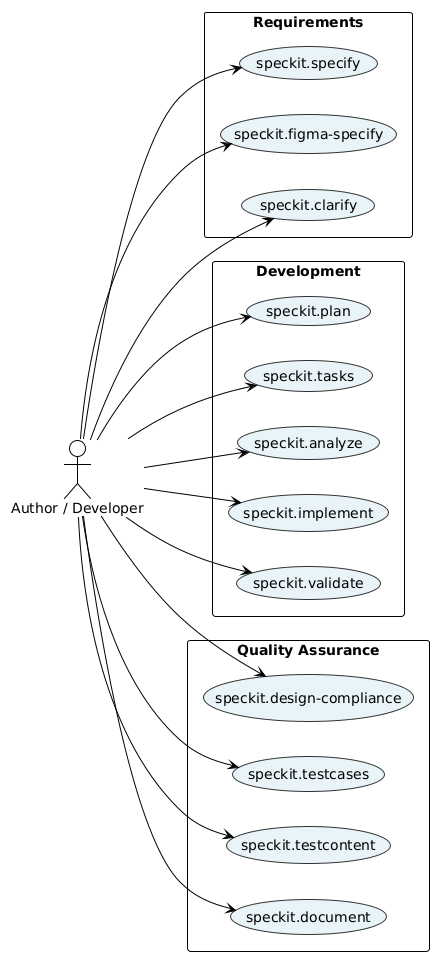
The PlantUML diagram .specify/docs/diagrams/speckit-usecase.png in mariorodriguez-creator/nitroblocks, before a commit.
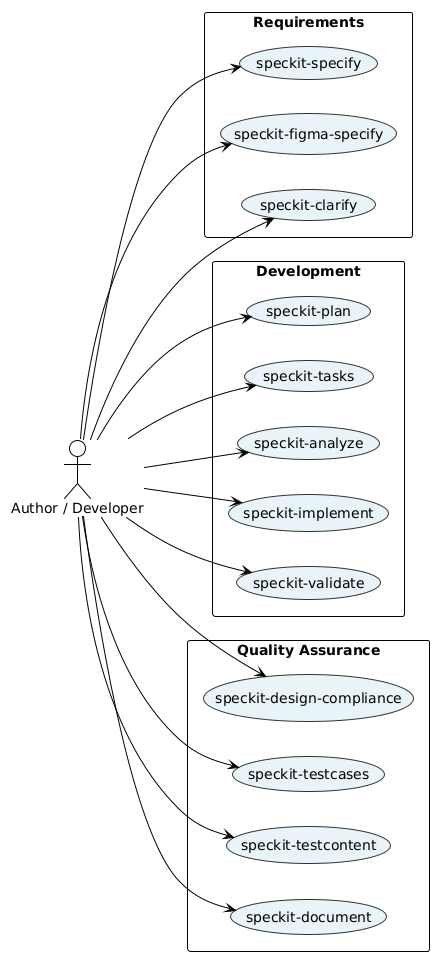
Later version of the same file.

The edit, as a diff of the source:
```diff
@@ -9,22 +9,22 @@
 actor "Author / Developer" as user
 
 rectangle "Requirements" {
-  usecase "speckit.specify" as UC1
-  usecase "speckit.figma-specify" as UC2
-  usecase "speckit.clarify" as UC3
+  usecase "speckit-specify" as UC1
+  usecase "speckit-figma-specify" as UC2
+  usecase "speckit-clarify" as UC3
 }
 rectangle "Development" {
-  usecase "speckit.plan" as UC4
-  usecase "speckit.tasks" as UC5
-  usecase "speckit.analyze" as UC6
-  usecase "speckit.implement" as UC7
-  usecase "speckit.validate" as UC8
+  usecase "speckit-plan" as UC4
+  usecase "speckit-tasks" as UC5
+  usecase "speckit-analyze" as UC6
+  usecase "speckit-implement" as UC7
+  usecase "speckit-validate" as UC8
 }
 rectangle "Quality Assurance" {
-  usecase "speckit.design-compliance" as UC9
-  usecase "speckit.testcases" as UC10
-  usecase "speckit.testcontent" as UC11
-  usecase "speckit.document" as UC12
+  usecase "speckit-design-compliance" as UC9
+  usecase "speckit-testcases" as UC10
+  usecase "speckit-testcontent" as UC11
+  usecase "speckit-document" as UC12
 }
 
 user --> UC1
```
